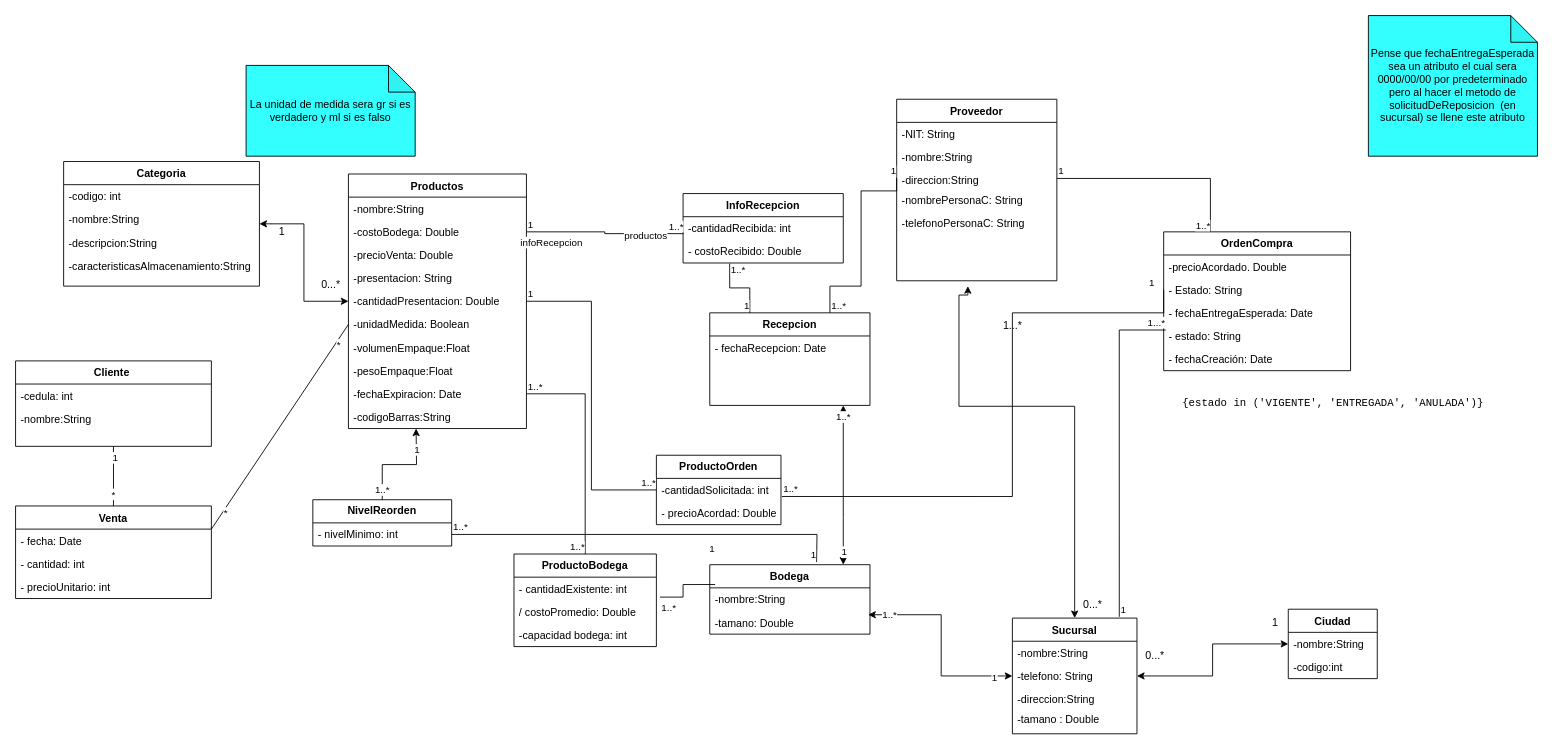
This is docs/Proyecto modelo UML.drawio from MxrixLu/G06_Proyecto_1_SISTRANS, a draw.io file, before an edit. Source tidied: cells renumbered, new cells numbered last; positions are measured from the earlier drawing's top-left corner, leaving out a move shared by most shapes. Both pictures are drawn from the tidied source at 89%, with x=0, y=0 at pixel (15, 15).
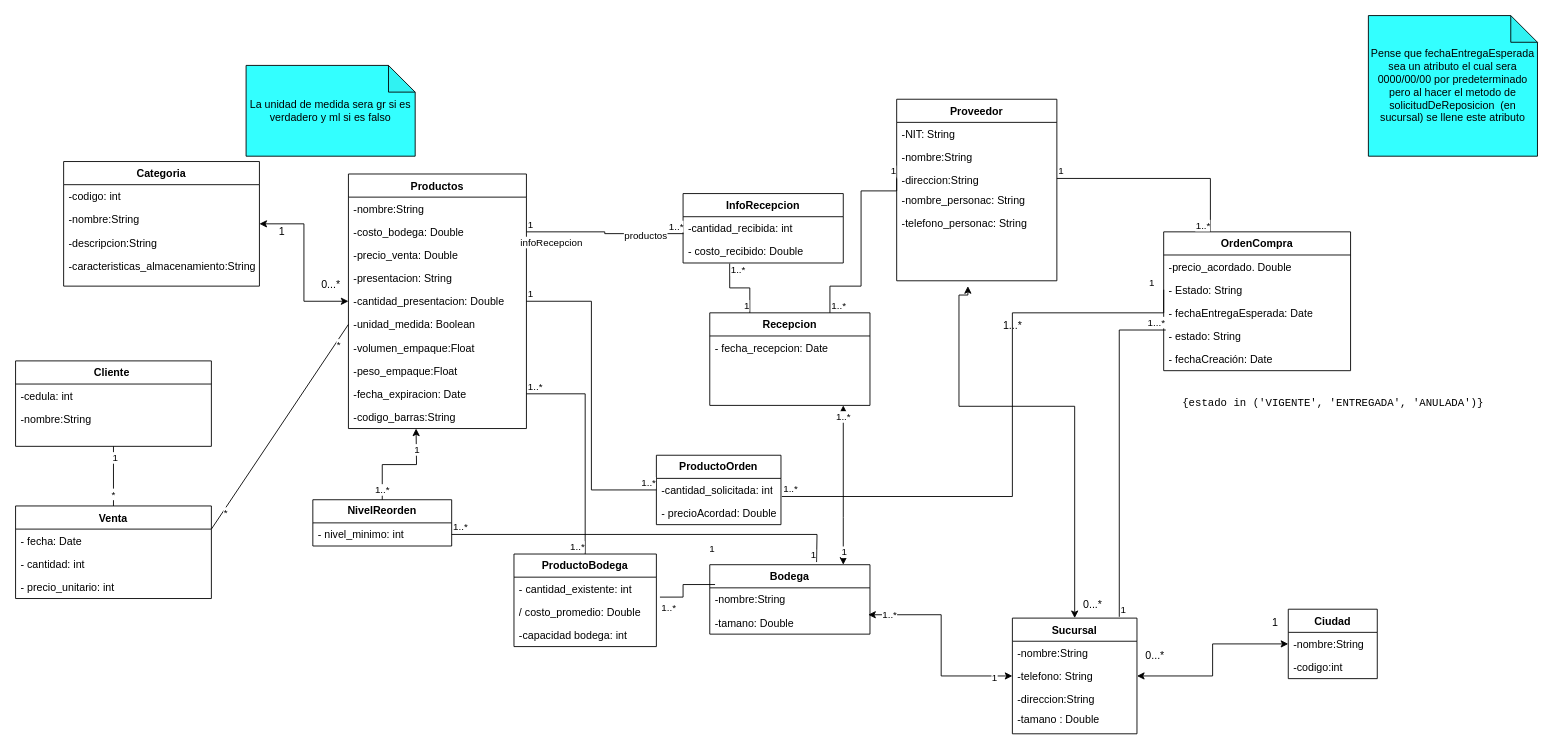
After the change.

The change refers to these unchanged cells:
```xml
<mxCell id="2" value="Productos" style="swimlane;fontStyle=1;align=center;verticalAlign=top;horizontal=1;startSize=26;rounded=0;shadow=0;strokeWidth=1;fontColor=#000000;" parent="1" vertex="1">
  <mxGeometry x="374" y="178" width="200" height="286" as="geometry" />
</mxCell>
<mxCell id="13" value="Categoria" style="swimlane;fontStyle=1;align=center;verticalAlign=top;horizontal=1;startSize=26;rounded=0;shadow=0;strokeWidth=1;fontColor=#000000;" parent="1" vertex="1">
  <mxGeometry x="54" y="164" width="220" height="140" as="geometry" />
</mxCell>
<mxCell id="38" value="Proveedor" style="swimlane;fontStyle=1;align=center;verticalAlign=top;horizontal=1;startSize=26;rounded=0;shadow=0;strokeWidth=1;fontColor=#000000;" parent="1" vertex="1">
  <mxGeometry x="990" y="94" width="180" height="204" as="geometry" />
</mxCell>
<mxCell id="48" value="Recepcion" style="swimlane;fontStyle=1;align=center;verticalAlign=top;horizontal=1;startSize=26;rounded=0;shadow=0;strokeWidth=1;fontColor=#000000;" parent="1" vertex="1">
  <mxGeometry x="780" y="334" width="180" height="104" as="geometry" />
</mxCell>
<mxCell id="53" value="&lt;font&gt;&lt;b&gt;ProductoBodega&lt;/b&gt;&lt;/font&gt;" style="swimlane;fontStyle=0;horizontal=1;startSize=26;fillColor=none;whiteSpace=wrap;html=1;fontColor=#000000;" parent="1" vertex="1">
  <mxGeometry x="560" y="605" width="160" height="104" as="geometry" />
</mxCell>
<mxCell id="63" value="&lt;b&gt;OrdenCompra&lt;/b&gt;" style="swimlane;fontStyle=0;horizontal=1;startSize=26;fillColor=none;whiteSpace=wrap;html=1;fontColor=#000000;" parent="1" vertex="1">
  <mxGeometry x="1290" y="243" width="210" height="156" as="geometry" />
</mxCell>
<mxCell id="75" value="&lt;font&gt;&lt;b&gt;ProductoOrden&lt;/b&gt;&lt;/font&gt;" style="swimlane;fontStyle=0;horizontal=1;startSize=26;fillColor=none;whiteSpace=wrap;html=1;fontColor=#000000;" parent="1" vertex="1">
  <mxGeometry x="720" y="494" width="140" height="78" as="geometry" />
</mxCell>
<mxCell id="84" value="InfoRecepcion" style="swimlane;fontStyle=1;align=center;verticalAlign=top;horizontal=1;startSize=26;rounded=0;shadow=0;strokeWidth=1;fontColor=#000000;" parent="1" vertex="1">
  <mxGeometry x="750" y="200" width="180" height="78" as="geometry" />
</mxCell>
<mxCell id="98" value="&lt;font&gt;&lt;b&gt;NivelReorden&lt;/b&gt;&lt;/font&gt;" style="swimlane;fontStyle=0;horizontal=1;startSize=26;fillColor=none;whiteSpace=wrap;html=1;fontColor=#000000;" parent="1" vertex="1">
  <mxGeometry x="334" y="544" width="156" height="52" as="geometry" />
</mxCell>
<mxCell id="111" value="Venta" style="swimlane;fontStyle=1;align=center;verticalAlign=top;horizontal=1;startSize=26;rounded=0;shadow=0;strokeWidth=1;fontColor=#000000;" parent="1" vertex="1">
  <mxGeometry y="551" width="220" height="104" as="geometry" />
</mxCell>
```

What changed in the source:
```diff
@@
-    <mxCell id="4" value="-costoBodega: Double" style="text;align=left;verticalAlign=top;spacingLeft=4;spacingRight=4;overflow=hidden;points=[[0,0.5],[1,0.5]];portConstraint=eastwest;rounded=0;shadow=0;html=0;fontColor=#000000;" parent="2" vertex="1">
+    <mxCell id="4" value="-costo_bodega: Double" style="text;align=left;verticalAlign=top;spacingLeft=4;spacingRight=4;overflow=hidden;points=[[0,0.5],[1,0.5]];portConstraint=eastwest;rounded=0;shadow=0;html=0;fontColor=#000000;" parent="2" vertex="1">
       <mxGeometry y="52" width="200" height="26" as="geometry" />
     </mxCell>
-    <mxCell id="5" value="-precioVenta: Double" style="text;align=left;verticalAlign=top;spacingLeft=4;spacingRight=4;overflow=hidden;rounded=0;shadow=0;html=0;fontColor=#000000;" parent="2" vertex="1">
+    <mxCell id="5" value="-precio_venta: Double" style="text;align=left;verticalAlign=top;spacingLeft=4;spacingRight=4;overflow=hidden;rounded=0;shadow=0;html=0;fontColor=#000000;" parent="2" vertex="1">
       <mxGeometry y="78" width="200" height="26" as="geometry" />
     </mxCell>
@@
-    <mxCell id="7" value="-cantidadPresentacion: Double" style="text;align=left;verticalAlign=top;spacingLeft=4;spacingRight=4;overflow=hidden;points=[[0,0.5],[1,0.5]];portConstraint=eastwest;rounded=0;shadow=0;html=0;fontColor=#000000;" parent="2" vertex="1">
+    <mxCell id="7" value="-cantidad_presentacion: Double" style="text;align=left;verticalAlign=top;spacingLeft=4;spacingRight=4;overflow=hidden;points=[[0,0.5],[1,0.5]];portConstraint=eastwest;rounded=0;shadow=0;html=0;fontColor=#000000;" parent="2" vertex="1">
       <mxGeometry y="130" width="200" height="26" as="geometry" />
     </mxCell>
-    <mxCell id="8" value="-unidadMedida: Boolean" style="text;align=left;verticalAlign=top;spacingLeft=4;spacingRight=4;overflow=hidden;points=[[0,0.5],[1,0.5]];portConstraint=eastwest;rounded=0;shadow=0;html=0;fontColor=#000000;" parent="2" vertex="1">
+    <mxCell id="8" value="-unidad_medida: Boolean" style="text;align=left;verticalAlign=top;spacingLeft=4;spacingRight=4;overflow=hidden;points=[[0,0.5],[1,0.5]];portConstraint=eastwest;rounded=0;shadow=0;html=0;fontColor=#000000;" parent="2" vertex="1">
       <mxGeometry y="156" width="200" height="26" as="geometry" />
     </mxCell>
-    <mxCell id="9" value="-volumenEmpaque:Float&#10;" style="text;align=left;verticalAlign=top;spacingLeft=4;spacingRight=4;overflow=hidden;rounded=0;shadow=0;html=0;fontColor=#000000;" parent="2" vertex="1">
+    <mxCell id="9" value="-volumen_empaque:Float&#10;" style="text;align=left;verticalAlign=top;spacingLeft=4;spacingRight=4;overflow=hidden;rounded=0;shadow=0;html=0;fontColor=#000000;" parent="2" vertex="1">
       <mxGeometry y="182" width="200" height="26" as="geometry" />
     </mxCell>
-    <mxCell id="10" value="-pesoEmpaque:Float&#10;" style="text;align=left;verticalAlign=top;spacingLeft=4;spacingRight=4;overflow=hidden;rounded=0;shadow=0;html=0;fontColor=#000000;" parent="2" vertex="1">
+    <mxCell id="10" value="-peso_empaque:Float&#10;" style="text;align=left;verticalAlign=top;spacingLeft=4;spacingRight=4;overflow=hidden;rounded=0;shadow=0;html=0;fontColor=#000000;" parent="2" vertex="1">
       <mxGeometry y="208" width="200" height="26" as="geometry" />
     </mxCell>
-    <mxCell id="11" value="-fechaExpiracion: Date" style="text;align=left;verticalAlign=top;spacingLeft=4;spacingRight=4;overflow=hidden;points=[[0,0.5],[1,0.5]];portConstraint=eastwest;rounded=0;shadow=0;html=0;fontColor=#000000;" parent="2" vertex="1">
+    <mxCell id="11" value="-fecha_expiracion: Date" style="text;align=left;verticalAlign=top;spacingLeft=4;spacingRight=4;overflow=hidden;points=[[0,0.5],[1,0.5]];portConstraint=eastwest;rounded=0;shadow=0;html=0;fontColor=#000000;" parent="2" vertex="1">
       <mxGeometry y="234" width="200" height="26" as="geometry" />
     </mxCell>
-    <mxCell id="12" value="-codigoBarras:String" style="text;align=left;verticalAlign=top;spacingLeft=4;spacingRight=4;overflow=hidden;rounded=0;shadow=0;html=0;fontColor=#000000;" parent="2" vertex="1">
+    <mxCell id="12" value="-codigo_barras:String" style="text;align=left;verticalAlign=top;spacingLeft=4;spacingRight=4;overflow=hidden;rounded=0;shadow=0;html=0;fontColor=#000000;" parent="2" vertex="1">
       <mxGeometry y="260" width="200" height="26" as="geometry" />
     </mxCell>
@@
-    <mxCell id="17" value="-caracteristicasAlmacenamiento:String" style="text;align=left;verticalAlign=top;spacingLeft=4;spacingRight=4;overflow=hidden;rounded=0;shadow=0;html=0;fontColor=#000000;" parent="13" vertex="1">
+    <mxCell id="17" value="-caracteristicas_almacenamiento:String" style="text;align=left;verticalAlign=top;spacingLeft=4;spacingRight=4;overflow=hidden;rounded=0;shadow=0;html=0;fontColor=#000000;" parent="13" vertex="1">
       <mxGeometry y="104" width="220" height="26" as="geometry" />
     </mxCell>
@@
-    <mxCell id="42" value="-nombrePersonaC: String" style="text;align=left;verticalAlign=top;spacingLeft=4;spacingRight=4;overflow=hidden;rounded=0;shadow=0;html=0;fontColor=#000000;" parent="38" vertex="1">
+    <mxCell id="42" value="-nombre_personac: String" style="text;align=left;verticalAlign=top;spacingLeft=4;spacingRight=4;overflow=hidden;rounded=0;shadow=0;html=0;fontColor=#000000;" parent="38" vertex="1">
       <mxGeometry y="100" width="180" height="26" as="geometry" />
     </mxCell>
-    <mxCell id="43" value="-telefonoPersonaC: String" style="text;align=left;verticalAlign=top;spacingLeft=4;spacingRight=4;overflow=hidden;rounded=0;shadow=0;html=0;fontColor=#000000;" parent="38" vertex="1">
+    <mxCell id="43" value="-telefono_personac: String" style="text;align=left;verticalAlign=top;spacingLeft=4;spacingRight=4;overflow=hidden;rounded=0;shadow=0;html=0;fontColor=#000000;" parent="38" vertex="1">
       <mxGeometry y="126" width="180" height="26" as="geometry" />
     </mxCell>
@@
-    <mxCell id="49" value="- fechaRecepcion: Date" style="text;align=left;verticalAlign=top;spacingLeft=4;spacingRight=4;overflow=hidden;rounded=0;shadow=0;html=0;fontColor=#000000;" parent="48" vertex="1">
+    <mxCell id="49" value="- fecha_recepcion: Date" style="text;align=left;verticalAlign=top;spacingLeft=4;spacingRight=4;overflow=hidden;rounded=0;shadow=0;html=0;fontColor=#000000;" parent="48" vertex="1">
       <mxGeometry y="26" width="180" height="26" as="geometry" />
     </mxCell>
@@
-    <mxCell id="54" value="- cantidadExistente: int" style="text;strokeColor=none;fillColor=none;align=left;verticalAlign=top;spacingLeft=4;spacingRight=4;overflow=hidden;whiteSpace=wrap;html=1;fontColor=#000000;" parent="53" vertex="1">
+    <mxCell id="54" value="- cantidad_existente: int" style="text;strokeColor=none;fillColor=none;align=left;verticalAlign=top;spacingLeft=4;spacingRight=4;overflow=hidden;whiteSpace=wrap;html=1;fontColor=#000000;" parent="53" vertex="1">
       <mxGeometry y="26" width="160" height="26" as="geometry" />
     </mxCell>
-    <mxCell id="55" value="/ costoPromedio: Double&amp;nbsp;" style="text;strokeColor=none;fillColor=none;align=left;verticalAlign=top;spacingLeft=4;spacingRight=4;overflow=hidden;points=[[0,0.5],[1,0.5]];portConstraint=eastwest;whiteSpace=wrap;html=1;fontColor=#000000;" parent="53" vertex="1">
+    <mxCell id="55" value="/ costo_promedio: Double&amp;nbsp;" style="text;strokeColor=none;fillColor=none;align=left;verticalAlign=top;spacingLeft=4;spacingRight=4;overflow=hidden;points=[[0,0.5],[1,0.5]];portConstraint=eastwest;whiteSpace=wrap;html=1;fontColor=#000000;" parent="53" vertex="1">
       <mxGeometry y="52" width="160" height="26" as="geometry" />
     </mxCell>
@@
-    <mxCell id="64" value="-precioAcordado. Double" style="text;strokeColor=none;fillColor=none;align=left;verticalAlign=top;spacingLeft=4;spacingRight=4;overflow=hidden;whiteSpace=wrap;html=1;fontColor=#000000;" parent="63" vertex="1">
+    <mxCell id="64" value="-precio_acordado. Double" style="text;strokeColor=none;fillColor=none;align=left;verticalAlign=top;spacingLeft=4;spacingRight=4;overflow=hidden;whiteSpace=wrap;html=1;fontColor=#000000;" parent="63" vertex="1">
       <mxGeometry y="26" width="210" height="26" as="geometry" />
     </mxCell>
@@
-    <mxCell id="76" value="-cantidadSolicitada: int" style="text;strokeColor=none;fillColor=none;align=left;verticalAlign=top;spacingLeft=4;spacingRight=4;overflow=hidden;points=[[0,0.5],[1,0.5]];portConstraint=eastwest;whiteSpace=wrap;html=1;fontColor=#000000;" parent="75" vertex="1">
+    <mxCell id="76" value="-cantidad_solicitada: int" style="text;strokeColor=none;fillColor=none;align=left;verticalAlign=top;spacingLeft=4;spacingRight=4;overflow=hidden;points=[[0,0.5],[1,0.5]];portConstraint=eastwest;whiteSpace=wrap;html=1;fontColor=#000000;" parent="75" vertex="1">
       <mxGeometry y="26" width="140" height="26" as="geometry" />
     </mxCell>
@@
-    <mxCell id="85" value="-cantidadRecibida: int" style="text;align=left;verticalAlign=top;spacingLeft=4;spacingRight=4;overflow=hidden;points=[[0,0.5],[1,0.5]];portConstraint=eastwest;rounded=0;shadow=0;html=0;fontColor=#000000;" parent="84" vertex="1">
+    <mxCell id="85" value="-cantidad_recibida: int" style="text;align=left;verticalAlign=top;spacingLeft=4;spacingRight=4;overflow=hidden;points=[[0,0.5],[1,0.5]];portConstraint=eastwest;rounded=0;shadow=0;html=0;fontColor=#000000;" parent="84" vertex="1">
       <mxGeometry y="26" width="180" height="26" as="geometry" />
     </mxCell>
-    <mxCell id="86" value="- costoRecibido: Double" style="text;align=left;verticalAlign=top;spacingLeft=4;spacingRight=4;overflow=hidden;points=[[0,0.5],[1,0.5]];portConstraint=eastwest;rounded=0;shadow=0;html=0;fontColor=#000000;" parent="84" vertex="1">
+    <mxCell id="86" value="- costo_recibido: Double" style="text;align=left;verticalAlign=top;spacingLeft=4;spacingRight=4;overflow=hidden;points=[[0,0.5],[1,0.5]];portConstraint=eastwest;rounded=0;shadow=0;html=0;fontColor=#000000;" parent="84" vertex="1">
       <mxGeometry y="52" width="180" height="26" as="geometry" />
     </mxCell>
@@
-    <mxCell id="99" value="- nivelMinimo: int" style="text;strokeColor=none;fillColor=none;align=left;verticalAlign=top;spacingLeft=4;spacingRight=4;overflow=hidden;points=[[0,0.5],[1,0.5]];portConstraint=eastwest;whiteSpace=wrap;html=1;fontColor=#000000;" parent="98" vertex="1">
+    <mxCell id="99" value="- nivel_minimo: int" style="text;strokeColor=none;fillColor=none;align=left;verticalAlign=top;spacingLeft=4;spacingRight=4;overflow=hidden;points=[[0,0.5],[1,0.5]];portConstraint=eastwest;whiteSpace=wrap;html=1;fontColor=#000000;" parent="98" vertex="1">
       <mxGeometry y="26" width="156" height="26" as="geometry" />
     </mxCell>
@@
-    <mxCell id="114" value="- precioUnitario: int&#10;" style="text;align=left;verticalAlign=top;spacingLeft=4;spacingRight=4;overflow=hidden;rounded=0;shadow=0;html=0;fontColor=#000000;" parent="111" vertex="1">
+    <mxCell id="114" value="- precio_unitario: int&#10;" style="text;align=left;verticalAlign=top;spacingLeft=4;spacingRight=4;overflow=hidden;rounded=0;shadow=0;html=0;fontColor=#000000;" parent="111" vertex="1">
       <mxGeometry y="78" width="220" height="26" as="geometry" />
     </mxCell>
```
